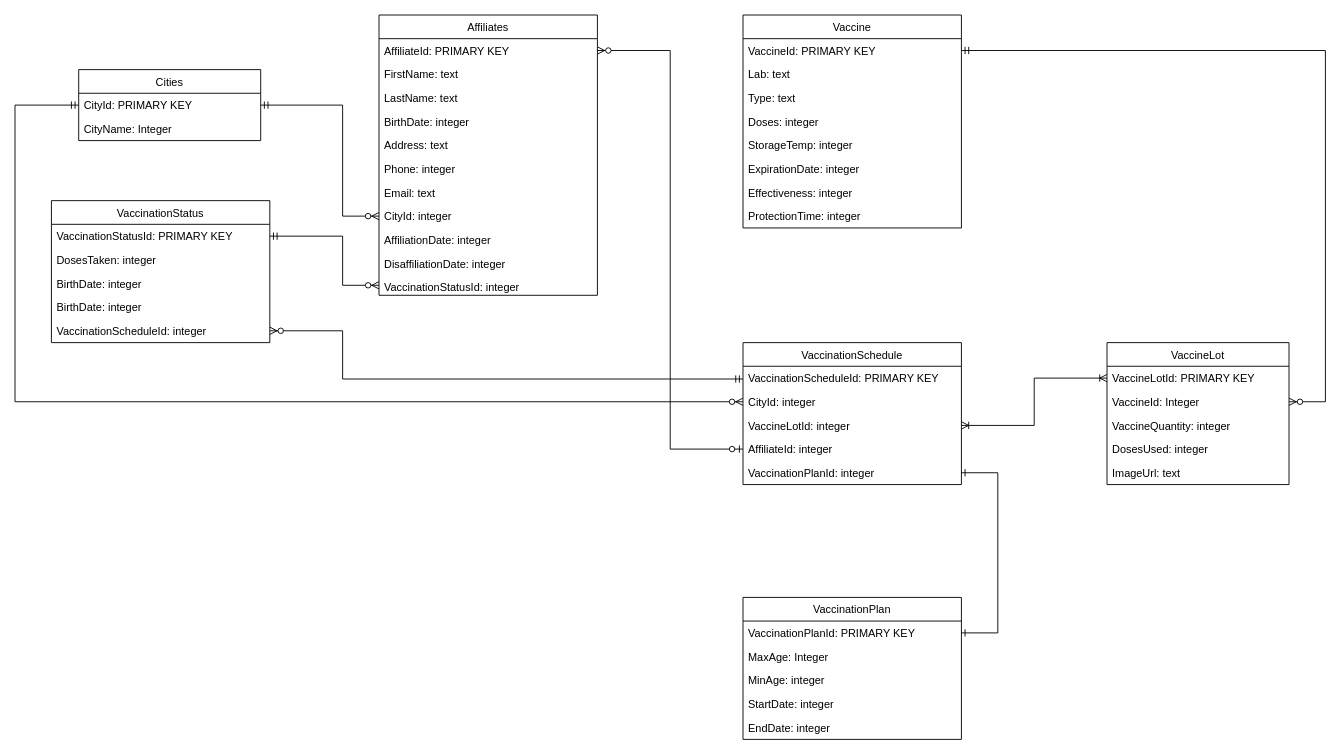
Before: diagrama/diagrama_sgv.drawio in alecBagnol/sgv_unisalud, a draw.io diagram. Source tidied: cells renumbered, new cells numbered last; positions are measured from the earlier drawing's top-left corner, leaving out a move shared by most shapes. Both pictures are drawn from the tidied source at 91%, with x=0, y=0 at pixel (15, 15).
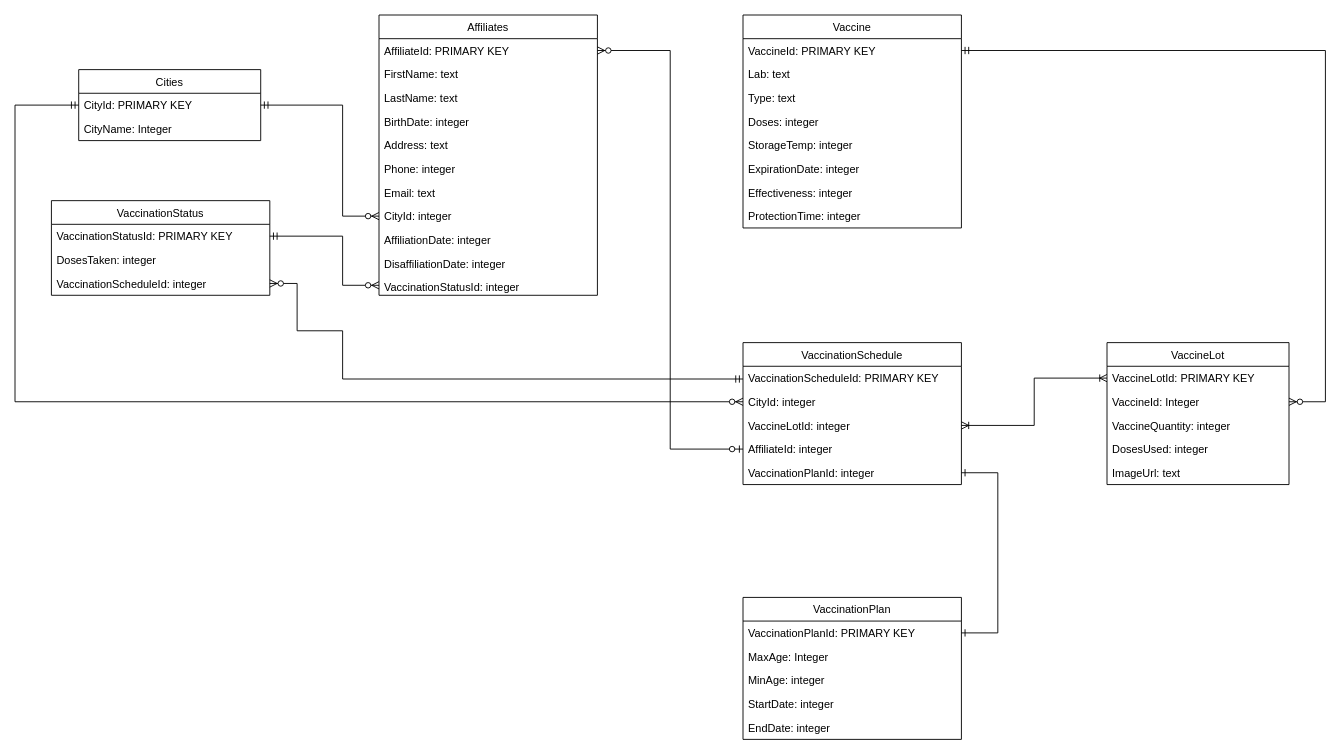
After the change.

The change refers to these unchanged cells:
```xml
<mxCell id="30" value="VaccinationScheduleId: PRIMARY KEY " style="text;strokeColor=none;fillColor=none;align=left;verticalAlign=top;spacingLeft=4;spacingRight=4;overflow=hidden;points=[[0,0.5],[1,0.5]];portConstraint=eastwest;" parent="29" vertex="1">
  <mxGeometry y="26" width="240" height="26" as="geometry" />
</mxCell>
```

Diff of the diagram source:
```diff
@@
     <mxCell id="14" value="VaccinationStatus" style="swimlane;fontStyle=0;horizontal=1;startSize=26;fillColor=none;" parent="1" vertex="1">
-      <mxGeometry x="40" y="204" width="240" height="156" as="geometry" />
+      <mxGeometry x="40" y="204" width="240" height="104" as="geometry" />
     </mxCell>
@@
-    <mxCell id="17" value="BirthDate: integer" style="text;strokeColor=none;fillColor=none;align=left;verticalAlign=top;spacingLeft=4;spacingRight=4;overflow=hidden;" parent="14" vertex="1">
-      <mxGeometry y="78" width="240" height="26" as="geometry" />
-    </mxCell>
-    <mxCell id="18" value="BirthDate: integer" style="text;strokeColor=none;fillColor=none;align=left;verticalAlign=top;spacingLeft=4;spacingRight=4;overflow=hidden;" parent="14" vertex="1">
-      <mxGeometry y="104" width="240" height="26" as="geometry" />
-    </mxCell>
     <mxCell id="19" value="VaccinationScheduleId: integer" style="text;strokeColor=none;fillColor=none;align=left;verticalAlign=top;spacingLeft=4;spacingRight=4;overflow=hidden;points=[[0,0.5],[1,0.5]];portConstraint=eastwest;" parent="14" vertex="1">
-      <mxGeometry y="130" width="240" height="26" as="geometry" />
+      <mxGeometry y="78" width="240" height="26" as="geometry" />
     </mxCell>
@@
     <mxCell id="54" style="edgeStyle=orthogonalEdgeStyle;rounded=0;jettySize=auto;html=1;endArrow=ERzeroToMany;endFill=1;startArrow=ERmandOne;startFill=0;" parent="1" edge="1" source="30" target="19">
       <mxGeometry relative="1" as="geometry">
         <Array as="points">
           <mxPoint x="360" y="400" />
           <mxPoint x="360" y="347" />
+          <mxPoint x="310" y="347" />
+          <mxPoint x="310" y="295" />
         </Array>
       </mxGeometry>
     </mxCell>
```
